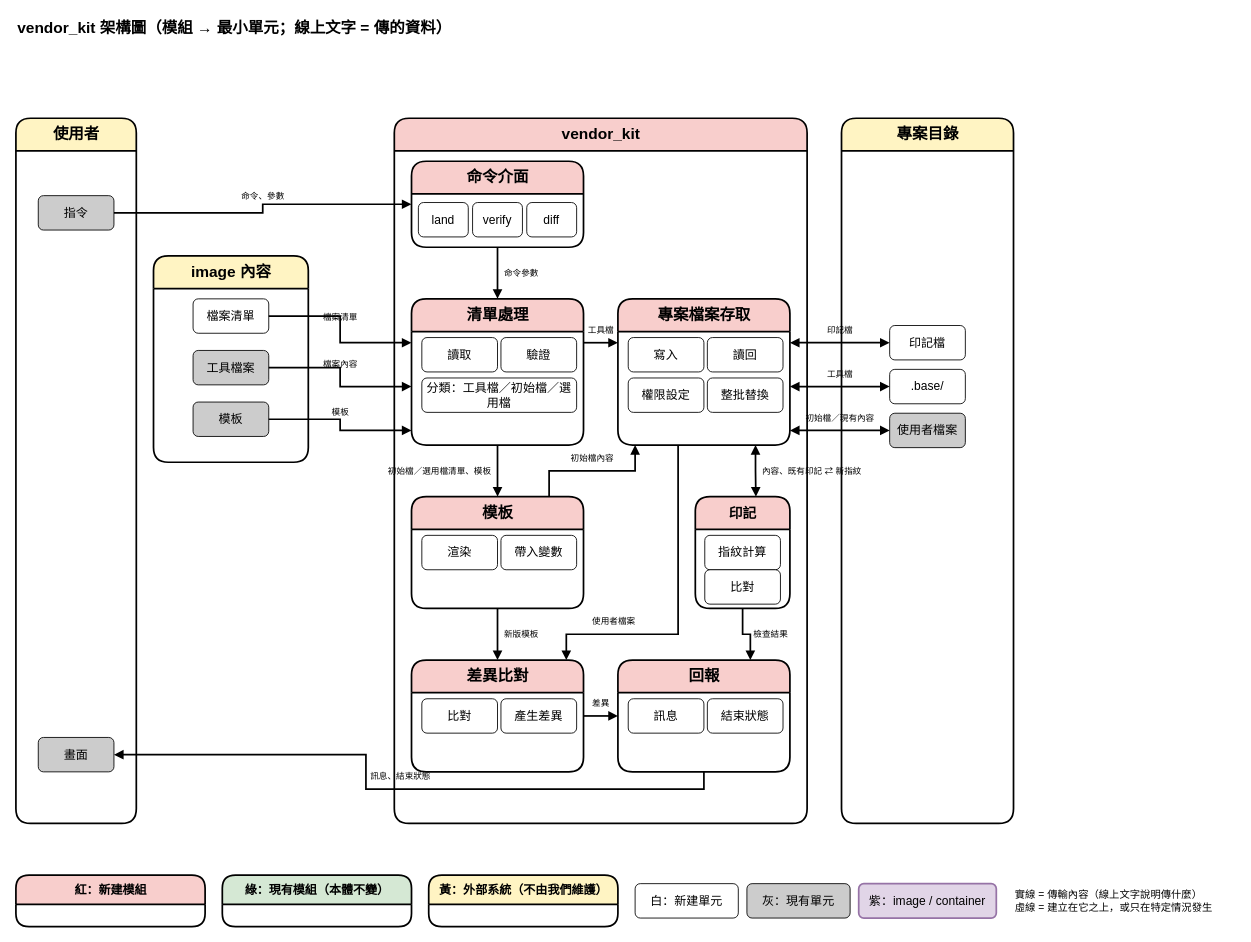
Earlier version of the draw.io diagram page "1. vendor_kit 架構圖" (1 of 6) of dist_distribution.drawio (ycpss91255-research/vendor_kit). Source tidied: cells renumbered, new cells numbered last; positions are measured from the earlier drawing's top-left corner, leaving out a move shared by most shapes. Both pictures are drawn from the tidied source at 86%, with x=0, y=0 at pixel (15, 15).
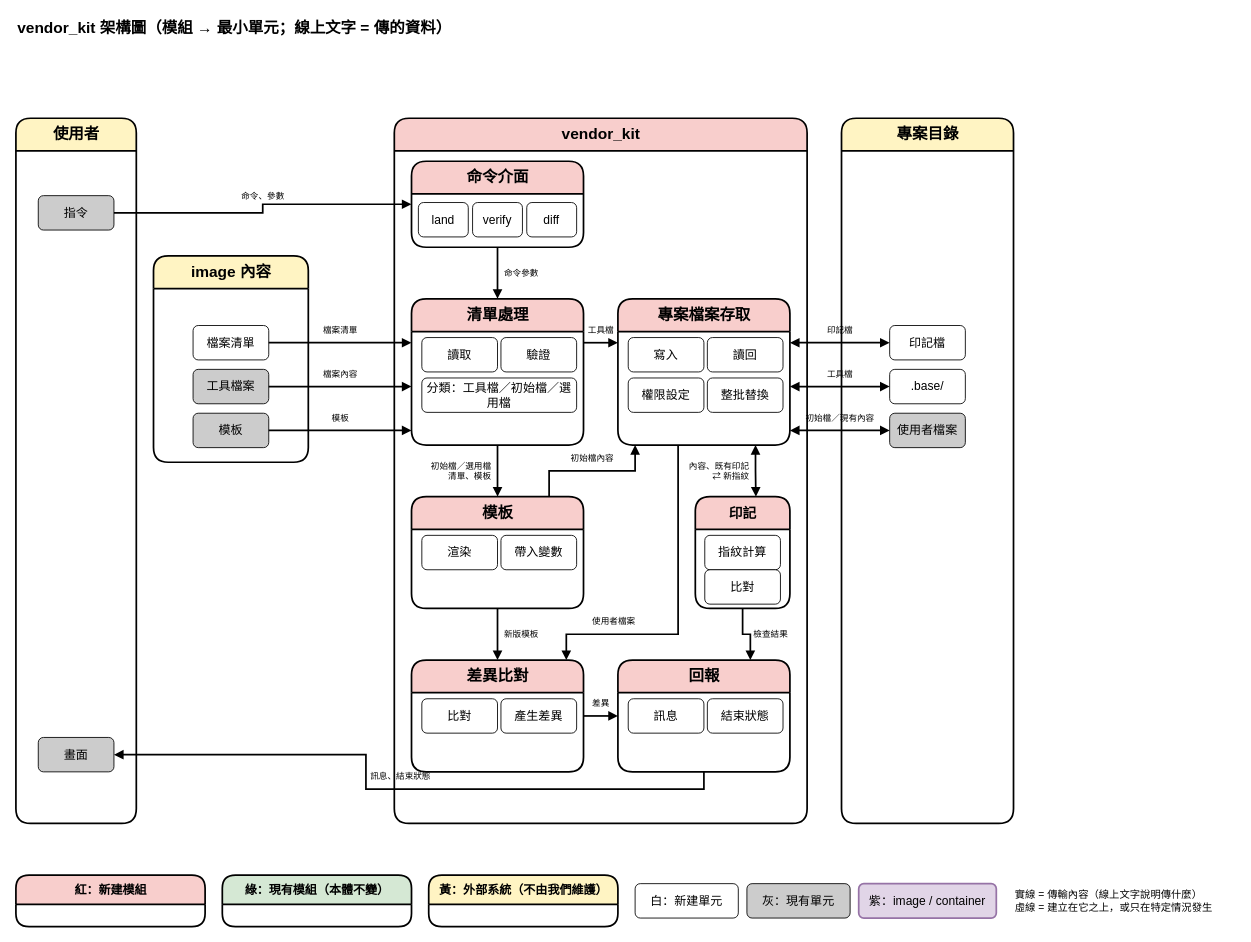
After the change.

The change refers to these unchanged cells:
```xml
<mxCell id="6" value="image 內容" style="swimlane;html=1;rounded=1;startSize=38;fontStyle=1;fontSize=18;fillColor=#FFF4C3;swimlaneFillColor=#ffffff;strokeColor=#000000;strokeWidth=2;" parent="1" vertex="1">
  <mxGeometry x="160" y="280" width="180" height="240" as="geometry" />
</mxCell>
<mxCell id="15" value="清單處理" style="swimlane;html=1;rounded=1;startSize=38;fontStyle=1;fontSize=18;fillColor=#f8cecc;swimlaneFillColor=#ffffff;strokeColor=#000000;strokeWidth=2;" parent="10" vertex="1">
  <mxGeometry x="20" y="210" width="200" height="170" as="geometry" />
</mxCell>
<mxCell id="19" value="模板" style="swimlane;html=1;rounded=1;startSize=38;fontStyle=1;fontSize=18;fillColor=#f8cecc;swimlaneFillColor=#ffffff;strokeColor=#000000;strokeWidth=2;" parent="10" vertex="1">
  <mxGeometry x="20" y="440" width="200" height="130" as="geometry" />
</mxCell>
<mxCell id="25" value="專案檔案存取" style="swimlane;html=1;rounded=1;startSize=38;fontStyle=1;fontSize=18;fillColor=#f8cecc;swimlaneFillColor=#ffffff;strokeColor=#000000;strokeWidth=2;" parent="10" vertex="1">
  <mxGeometry x="260" y="210" width="200" height="170" as="geometry" />
</mxCell>
<mxCell id="30" value="印記" style="swimlane;html=1;rounded=1;startSize=38;fontStyle=1;fontSize=16;fillColor=#f8cecc;swimlaneFillColor=#ffffff;strokeColor=#000000;strokeWidth=2;" parent="10" vertex="1">
  <mxGeometry x="350" y="440" width="110" height="130" as="geometry" />
</mxCell>
```

Change to the diagram source:
```diff
@@
     <mxCell id="7" value="檔案清單" style="rounded=1;whiteSpace=wrap;html=1;fillColor=#ffffff;strokeColor=light-dark(#000000,#9577A3);fontSize=14;strokeWidth=1;" parent="6" vertex="1">
-      <mxGeometry x="46" y="50" width="88" height="40" as="geometry" />
+      <mxGeometry x="46" y="81" width="88" height="40" as="geometry" />
     </mxCell>
     <mxCell id="8" value="工具檔案" style="rounded=1;whiteSpace=wrap;html=1;fillColor=#CCCCCC;strokeColor=light-dark(#000000,#9577A3);fontSize=14;strokeWidth=1;" parent="6" vertex="1">
-      <mxGeometry x="46" y="110" width="88" height="40" as="geometry" />
+      <mxGeometry x="46" y="132" width="88" height="40" as="geometry" />
     </mxCell>
     <mxCell id="9" value="模板" style="rounded=1;whiteSpace=wrap;html=1;fillColor=#CCCCCC;strokeColor=light-dark(#000000,#9577A3);fontSize=14;strokeWidth=1;" parent="6" vertex="1">
-      <mxGeometry x="46" y="170" width="88" height="40" as="geometry" />
+      <mxGeometry x="46" y="183" width="88" height="40" as="geometry" />
     </mxCell>
@@
-    <mxCell id="46" value="初始檔／選用檔清單、模板" style="edgeStyle=orthogonalEdgeStyle;rounded=0;jettySize=auto;html=1;strokeColor=default;strokeWidth=2;align=center;verticalAlign=bottom;spacingBottom=6;fontFamily=Helvetica;fontSize=10;fontColor=default;labelBorderColor=none;labelBackgroundColor=none;endArrow=block;endFill=1;exitX=0.5;exitY=1;exitDx=0;exitDy=0;entryX=0.5;entryY=0;entryDx=0;entryDy=0;align=right;verticalAlign=middle;spacingRight=6;spacingBottom=0;" parent="1" edge="1" source="15" target="19">
+    <mxCell id="46" value="初始檔／選用檔&lt;br&gt;清單、模板" style="edgeStyle=orthogonalEdgeStyle;rounded=0;jettySize=auto;html=1;strokeColor=default;strokeWidth=2;align=center;verticalAlign=bottom;spacingBottom=6;fontFamily=Helvetica;fontSize=10;fontColor=default;labelBorderColor=none;labelBackgroundColor=none;endArrow=block;endFill=1;exitX=0.5;exitY=1;exitDx=0;exitDy=0;entryX=0.5;entryY=0;entryDx=0;entryDy=0;align=right;verticalAlign=middle;spacingRight=6;spacingBottom=0;" parent="1" edge="1" source="15" target="19">
       <mxGeometry relative="1" as="geometry" />
     </mxCell>
@@
-    <mxCell id="48" value="內容、既有印記 ⇄ 新指紋" style="edgeStyle=orthogonalEdgeStyle;rounded=0;jettySize=auto;html=1;strokeColor=default;strokeWidth=2;align=center;verticalAlign=bottom;spacingBottom=6;fontFamily=Helvetica;fontSize=10;fontColor=default;labelBorderColor=none;labelBackgroundColor=none;endArrow=block;endFill=1;exitX=0.8;exitY=1;exitDx=0;exitDy=0;entryX=0.64;entryY=0;entryDx=0;entryDy=0;startArrow=block;startFill=1;align=left;verticalAlign=middle;spacingLeft=6;spacingBottom=0;" parent="1" edge="1" source="25" target="30">
+    <mxCell id="48" value="內容、既有印記&lt;br&gt;⇄ 新指紋" style="edgeStyle=orthogonalEdgeStyle;rounded=0;jettySize=auto;html=1;strokeColor=default;strokeWidth=2;align=center;verticalAlign=bottom;spacingBottom=6;fontFamily=Helvetica;fontSize=10;fontColor=default;labelBorderColor=none;labelBackgroundColor=none;endArrow=block;endFill=1;exitX=0.8;exitY=1;exitDx=0;exitDy=0;entryX=0.64;entryY=0;entryDx=0;entryDy=0;startArrow=block;startFill=1;align=right;verticalAlign=middle;spacingRight=6;spacingBottom=0;" parent="1" edge="1" source="25" target="30">
       <mxGeometry relative="1" as="geometry" />
     </mxCell>
```
